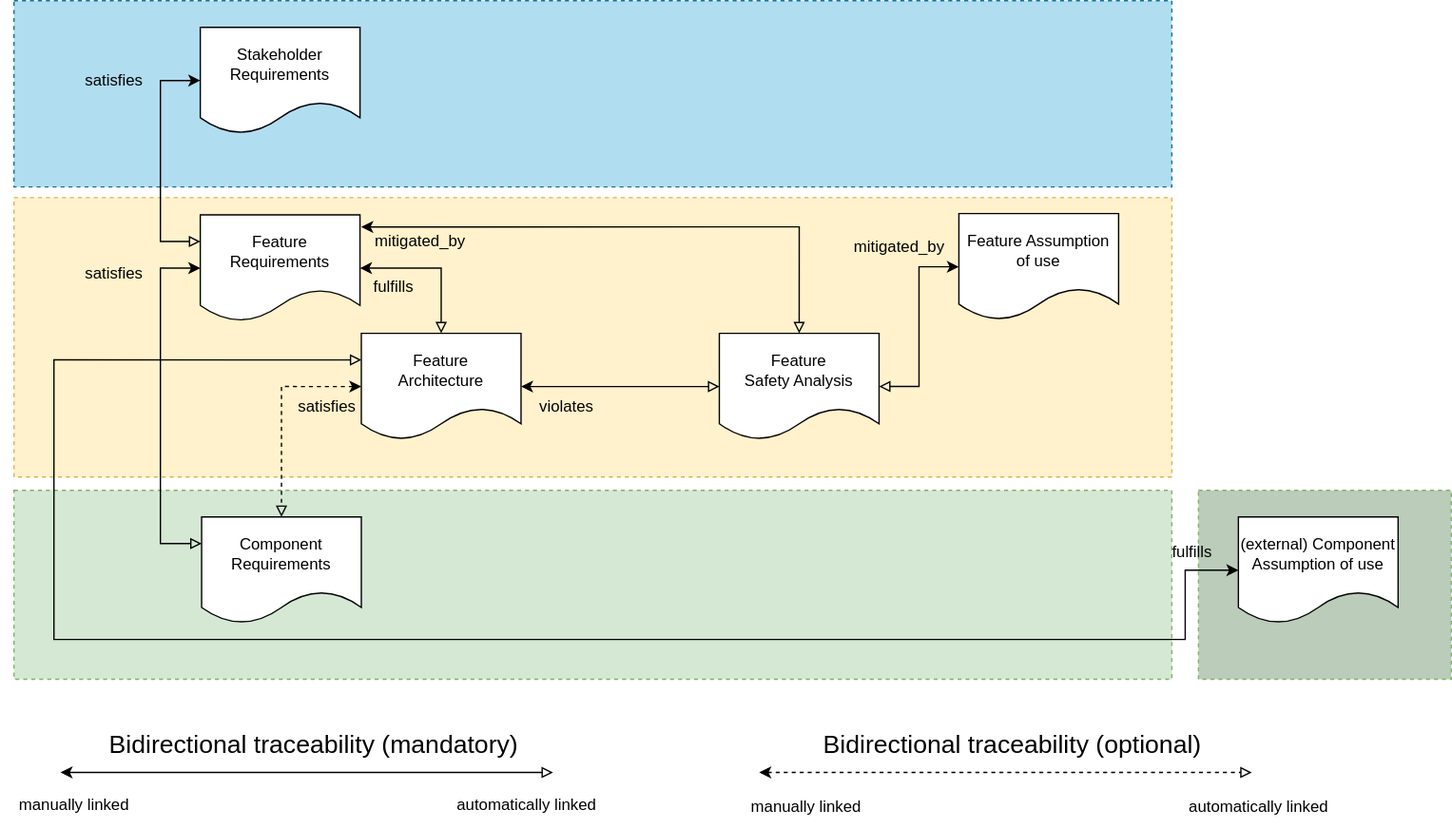
This is main/_images/score_traceability_model_feat_overview.drawio.svg from eclipse-score/process_description, a draw.io export, as it was before one commit. Source tidied: cells renumbered, new cells last; positions are measured from the earlier drawing's top-left corner, leaving out a move shared by most shapes.
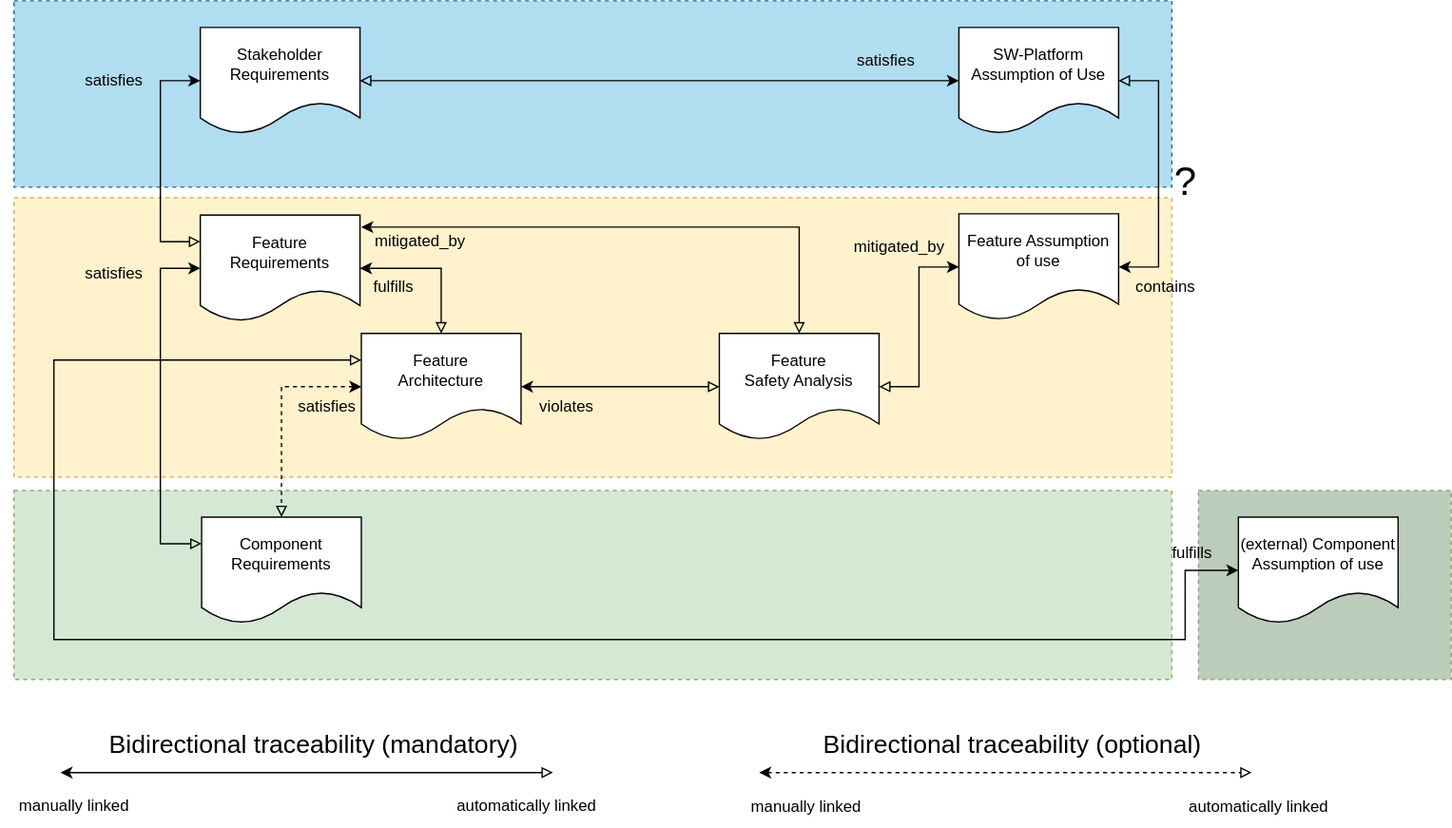
The same file after the commit.

The edit, as a diff of the source:
```diff
@@ -64,6 +64,9 @@
         </Array>
       </mxGeometry>
     </mxCell>
+    <mxCell id="38" style="edgeStyle=orthogonalEdgeStyle;rounded=0;jettySize=auto;html=1;startArrow=block;startFill=0;" parent="1" edge="1" source="17" target="40">
+      <mxGeometry relative="1" as="geometry" />
+    </mxCell>
     <mxCell id="17" value="Stakeholder&lt;br&gt;Requirements" style="shape=document;whiteSpace=wrap;html=1;boundedLbl=1;" parent="1" vertex="1">
       <mxGeometry x="150" y="20" width="120" height="80" as="geometry" />
     </mxCell>
@@ -143,5 +146,25 @@
     <mxCell id="37" value="violates" style="text;html=1;align=center;verticalAlign=middle;strokeColor=none;fillColor=none;" parent="1" vertex="1">
       <mxGeometry x="395" y="290" width="60" height="30" as="geometry" />
     </mxCell>
+    <mxCell id="39" style="edgeStyle=orthogonalEdgeStyle;rounded=0;jettySize=auto;html=1;entryX=1;entryY=0.5;entryDx=0;entryDy=0;startArrow=block;startFill=0;exitX=1;exitY=0.5;exitDx=0;exitDy=0;" parent="1" edge="1" source="40" target="18">
+      <mxGeometry relative="1" as="geometry">
+        <Array as="points">
+          <mxPoint x="870" y="60" />
+          <mxPoint x="870" y="200" />
+        </Array>
+      </mxGeometry>
+    </mxCell>
+    <mxCell id="40" value="SW-Platform&lt;br&gt;Assumption of Use" style="shape=document;whiteSpace=wrap;html=1;boundedLbl=1;" parent="1" vertex="1">
+      <mxGeometry x="720" y="20" width="120" height="80" as="geometry" />
+    </mxCell>
+    <mxCell id="41" value="satisfies" style="text;html=1;align=center;verticalAlign=middle;strokeColor=none;fillColor=none;" parent="1" vertex="1">
+      <mxGeometry x="630" y="30" width="70" height="30" as="geometry" />
+    </mxCell>
+    <mxCell id="42" value="contains" style="text;html=1;align=center;verticalAlign=middle;strokeColor=none;fillColor=none;" parent="1" vertex="1">
+      <mxGeometry x="840" y="200" width="70" height="30" as="geometry" />
+    </mxCell>
+    <mxCell id="43" value="&lt;font style=&quot;font-size: 30px;&quot;&gt;?&lt;/font&gt;" style="text;html=1;align=center;verticalAlign=middle;strokeColor=none;fillColor=none;" parent="1" vertex="1">
+      <mxGeometry x="870" y="110" width="40" height="50" as="geometry" />
+    </mxCell>
   </root>
 </mxGraphModel>
```
